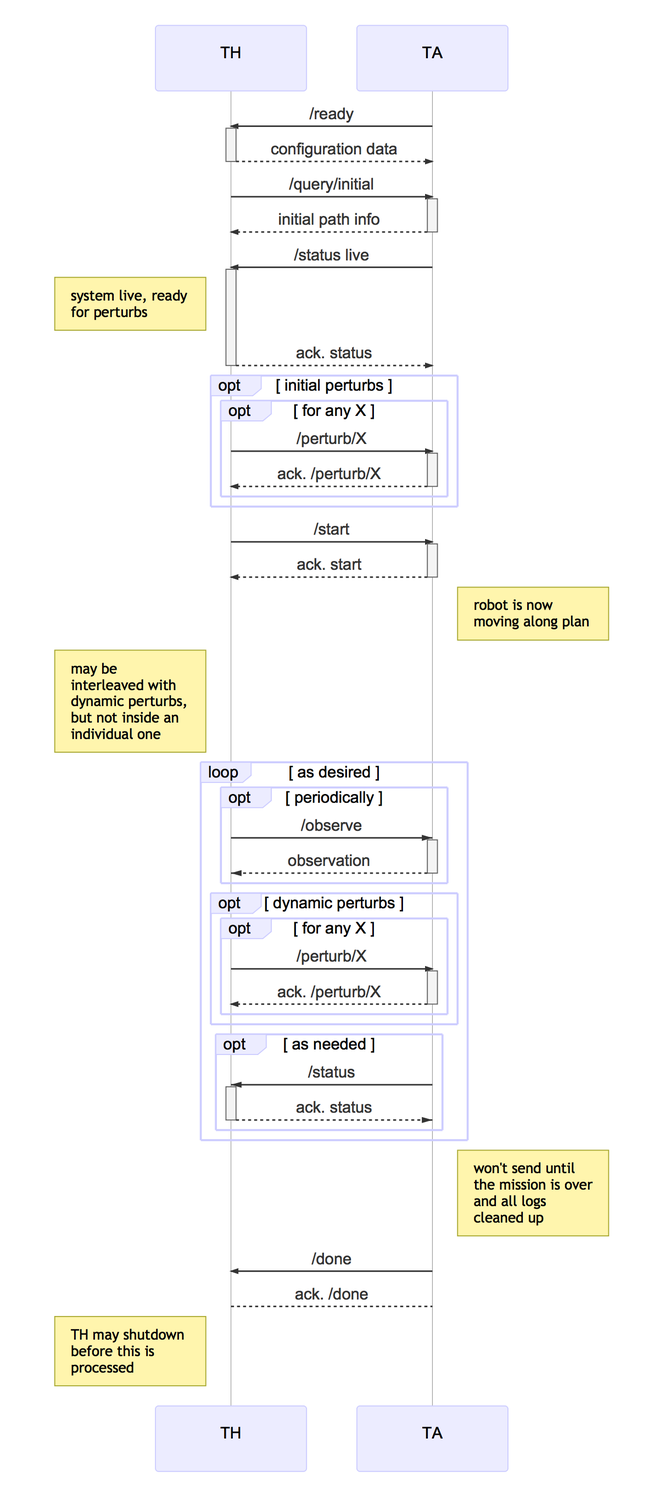
The Mermaid diagram documents/sequences/cp3.mmd.png in cmu-mars/cmu-robotics, before a commit. Its source is kept beside it as documents/sequences/cp3.mmd.
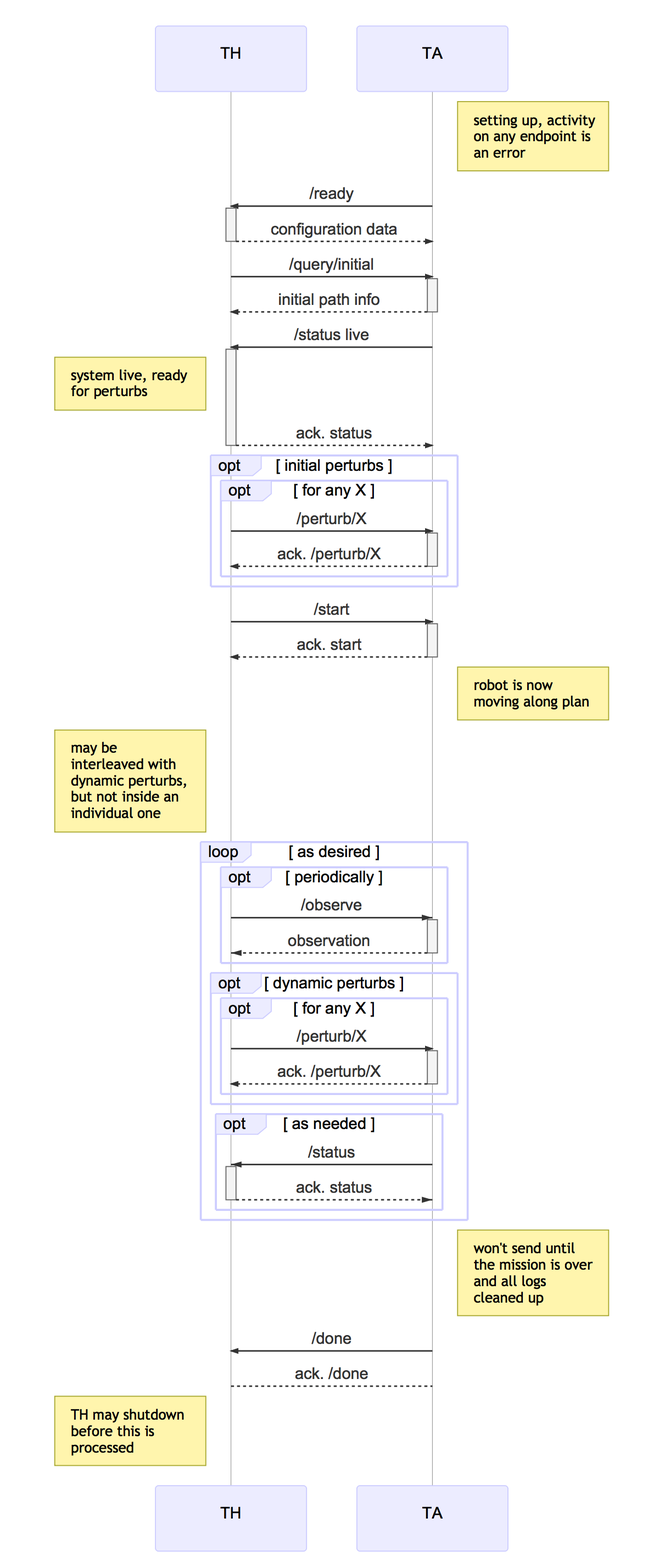
The same file after the commit.

Change to the diagram source:
```diff
@@ -1,6 +1,8 @@
 sequenceDiagram
         participant TH
         participant TA
+
+	Note right of TA: setting up, activity on any endpoint is an error
 
         TA ->>+ TH: /ready
         TH -->>- TA: configuration data
```
